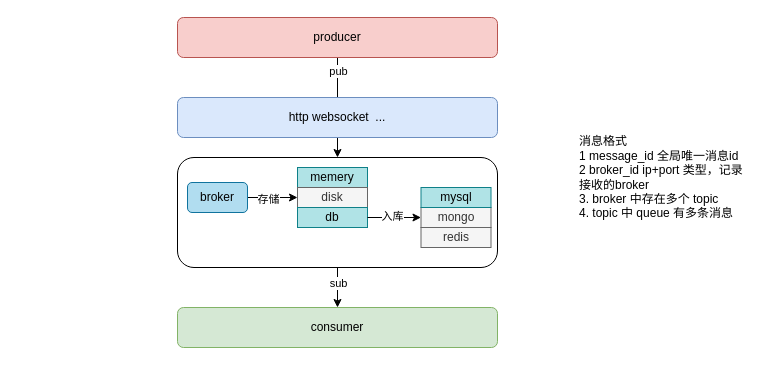
The draw.io diagram jihe/mq/ck-mq.drawio in oliverschen/draw.io, before the edit. Source tidied: cells renumbered, new cells numbered last; positions are measured from the earlier drawing's top-left corner, leaving out a move shared by most shapes. Both pictures are drawn from the tidied source at 100%, with x=0, y=0 at pixel (177, 17).
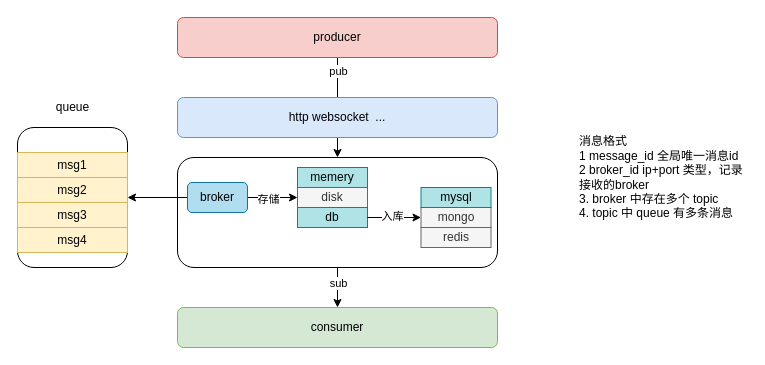
The same diagram, later.

Unchanged cells that the change refers to:
```xml
<mxCell id="11" value="broker" style="rounded=1;whiteSpace=wrap;html=1;fillColor=#b1ddf0;strokeColor=#10739e;" parent="1" vertex="1">
  <mxGeometry x="10" y="165" width="60" height="30" as="geometry" />
</mxCell>
```

The edit, as a diff of the source:
```diff
@@
+    <mxCell id="24" style="edgeStyle=orthogonalEdgeStyle;rounded=0;jettySize=auto;html=1;" parent="1" edge="1" source="11" target="26">
+      <mxGeometry relative="1" as="geometry" />
+    </mxCell>
@@
+    <mxCell id="25" style="group;" parent="1" vertex="1">
+      <mxGeometry x="-160" y="80" width="110" height="170" as="geometry" />
+    </mxCell>
+    <mxCell id="26" style="rounded=1;whiteSpace=wrap;html=1;" parent="25" vertex="1">
+      <mxGeometry y="30" width="110" height="140" as="geometry" />
+    </mxCell>
+    <mxCell id="27" value="queue" style="text;html=1;align=center;verticalAlign=middle;" parent="25" vertex="1">
+      <mxGeometry x="30" width="50" height="20" as="geometry" />
+    </mxCell>
+    <mxCell id="28" value="msg1" style="rounded=0;whiteSpace=wrap;html=1;fillColor=#fff2cc;strokeColor=#d6b656;" parent="25" vertex="1">
+      <mxGeometry y="55" width="110" height="25" as="geometry" />
+    </mxCell>
+    <mxCell id="29" value="msg2" style="rounded=0;whiteSpace=wrap;html=1;fillColor=#fff2cc;strokeColor=#d6b656;" parent="25" vertex="1">
+      <mxGeometry y="80" width="110" height="25" as="geometry" />
+    </mxCell>
+    <mxCell id="30" value="msg3" style="rounded=0;whiteSpace=wrap;html=1;fillColor=#fff2cc;strokeColor=#d6b656;" parent="25" vertex="1">
+      <mxGeometry y="105" width="110" height="25" as="geometry" />
+    </mxCell>
+    <mxCell id="31" value="msg4" style="rounded=0;whiteSpace=wrap;html=1;fillColor=#fff2cc;strokeColor=#d6b656;" parent="25" vertex="1">
+      <mxGeometry y="130" width="110" height="25" as="geometry" />
+    </mxCell>
```
